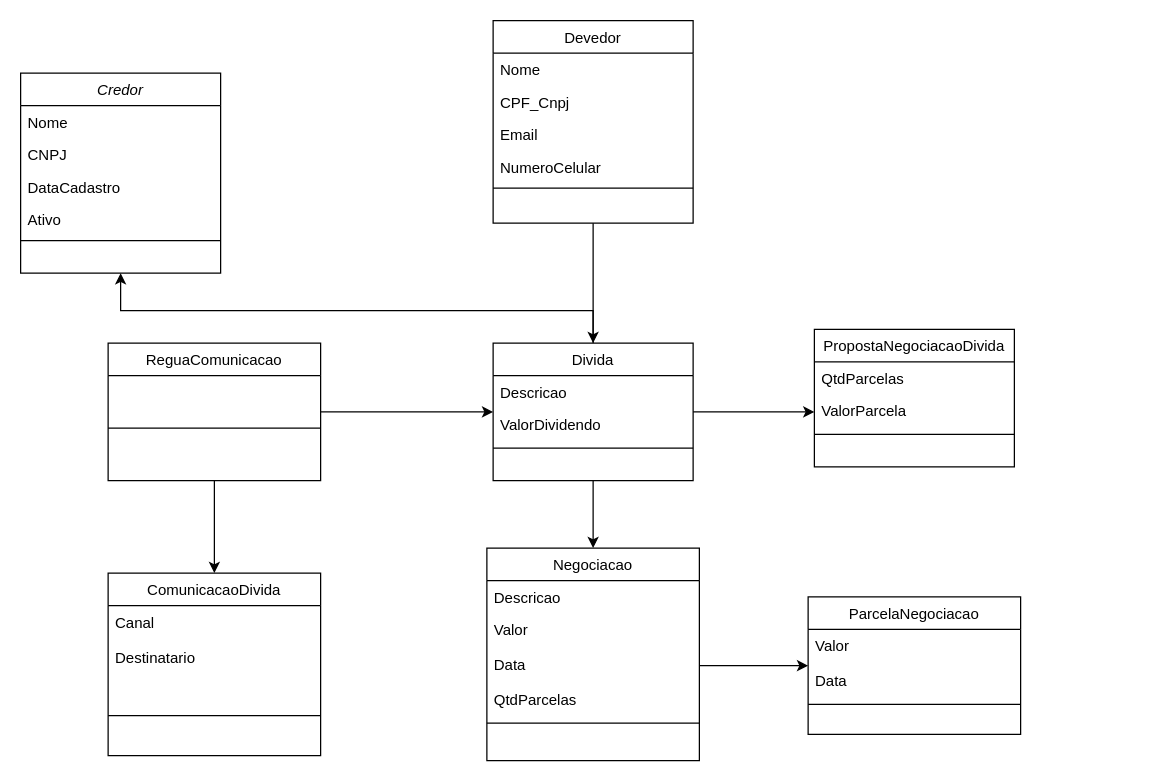
Above: Estimativa Cobranca.drawio in caio-bueno/draws-valid (draw.io), before the change. Source tidied: cells renumbered, new cells numbered last; positions are measured from the earlier drawing's top-left corner, leaving out a move shared by most shapes. Both pictures are drawn from the tidied source at 125%, with x=0, y=0 at pixel (20, 20).
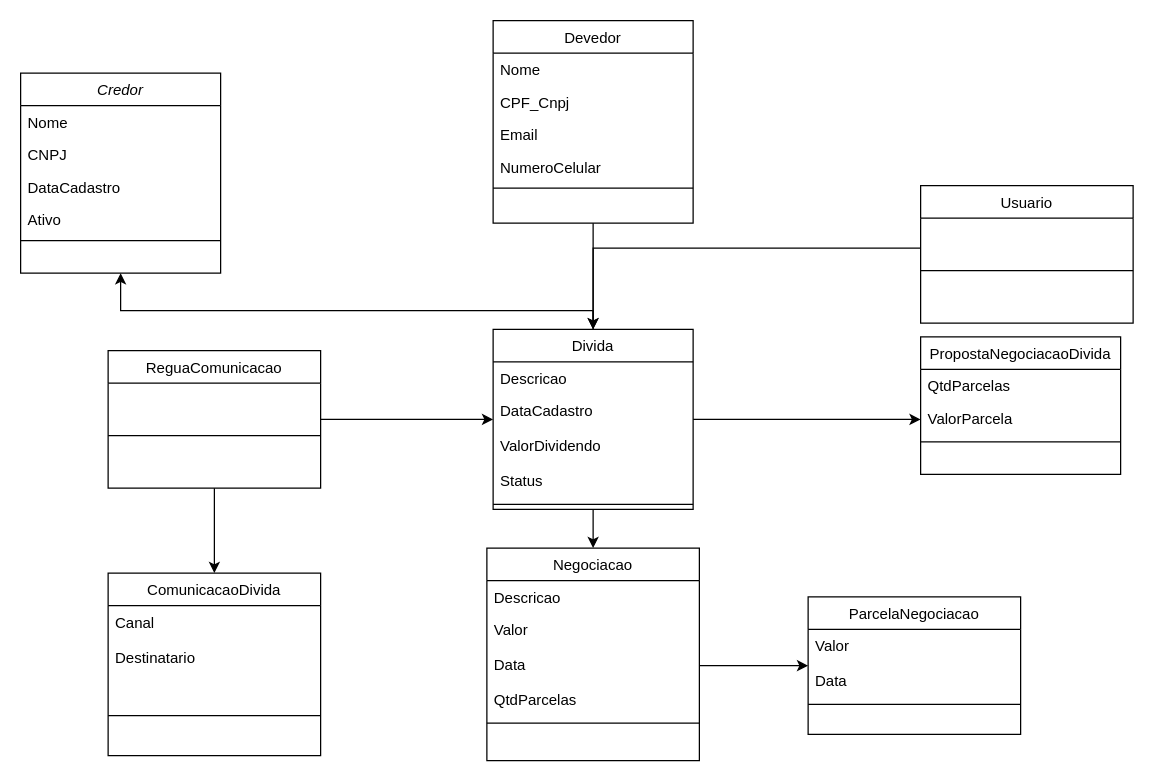
After the change.

Change to the diagram source:
```diff
@@
     <mxCell id="11" value="Divida" style="swimlane;fontStyle=0;align=center;verticalAlign=top;horizontal=1;startSize=26;rounded=0;shadow=0;strokeWidth=1;" parent="1" vertex="1">
-      <mxGeometry x="378" y="258" width="160" height="110" as="geometry" />
+      <mxGeometry x="378" y="247" width="160" height="144" as="geometry" />
     </mxCell>
@@
+    <mxCell id="45" value="DataCadastro" style="text;align=left;verticalAlign=top;spacingLeft=4;spacingRight=4;overflow=hidden;" parent="11" vertex="1">
+      <mxGeometry y="52" width="160" height="28" as="geometry" />
+    </mxCell>
     <mxCell id="13" value="ValorDividendo" style="text;align=left;verticalAlign=top;spacingLeft=4;spacingRight=4;overflow=hidden;" parent="11" vertex="1">
-      <mxGeometry y="52" width="160" height="28" as="geometry" />
+      <mxGeometry y="80" width="160" height="28" as="geometry" />
     </mxCell>
+    <mxCell id="46" value="Status" style="text;align=left;verticalAlign=top;spacingLeft=4;spacingRight=4;overflow=hidden;" parent="11" vertex="1">
+      <mxGeometry y="108" width="160" height="28" as="geometry" />
+    </mxCell>
     <mxCell id="14" style="line;html=1;strokeWidth=1;align=left;verticalAlign=middle;spacingTop=-1;spacingLeft=3;spacingRight=3;labelPosition=right;" parent="11" vertex="1">
-      <mxGeometry y="80" width="160" height="8" as="geometry" />
+      <mxGeometry y="136" width="160" height="8" as="geometry" />
     </mxCell>
@@
     <mxCell id="35" value="ReguaComunicacao&#10;" style="swimlane;fontStyle=0;align=center;verticalAlign=top;horizontal=1;startSize=26;rounded=0;shadow=0;strokeWidth=1;" parent="1" vertex="1">
-      <mxGeometry x="70" y="258" width="170" height="110" as="geometry" />
+      <mxGeometry x="70" y="264" width="170" height="110" as="geometry" />
     </mxCell>
@@
     <mxCell id="41" value="PropostaNegociacaoDivida" style="swimlane;fontStyle=0;align=center;verticalAlign=top;horizontal=1;startSize=26;rounded=0;shadow=0;strokeWidth=1;" parent="1" vertex="1">
-      <mxGeometry x="635" y="247" width="160" height="110" as="geometry" />
+      <mxGeometry x="720" y="253" width="160" height="110" as="geometry" />
     </mxCell>
@@
+    <mxCell id="47" style="edgeStyle=orthogonalEdgeStyle;rounded=0;jettySize=auto;html=1;" parent="1" edge="1" source="48" target="11">
+      <mxGeometry relative="1" as="geometry">
+        <Array as="points">
+          <mxPoint x="458" y="182" />
+        </Array>
+      </mxGeometry>
+    </mxCell>
+    <mxCell id="48" value="Usuario" style="swimlane;fontStyle=0;align=center;verticalAlign=top;horizontal=1;startSize=26;rounded=0;shadow=0;strokeWidth=1;" parent="1" vertex="1">
+      <mxGeometry x="720" y="132" width="170" height="110" as="geometry" />
+    </mxCell>
+    <mxCell id="49" style="line;html=1;strokeWidth=1;align=left;verticalAlign=middle;spacingTop=-1;spacingLeft=3;spacingRight=3;labelPosition=right;" parent="48" vertex="1">
+      <mxGeometry y="26" width="170" height="84" as="geometry" />
+    </mxCell>
```
